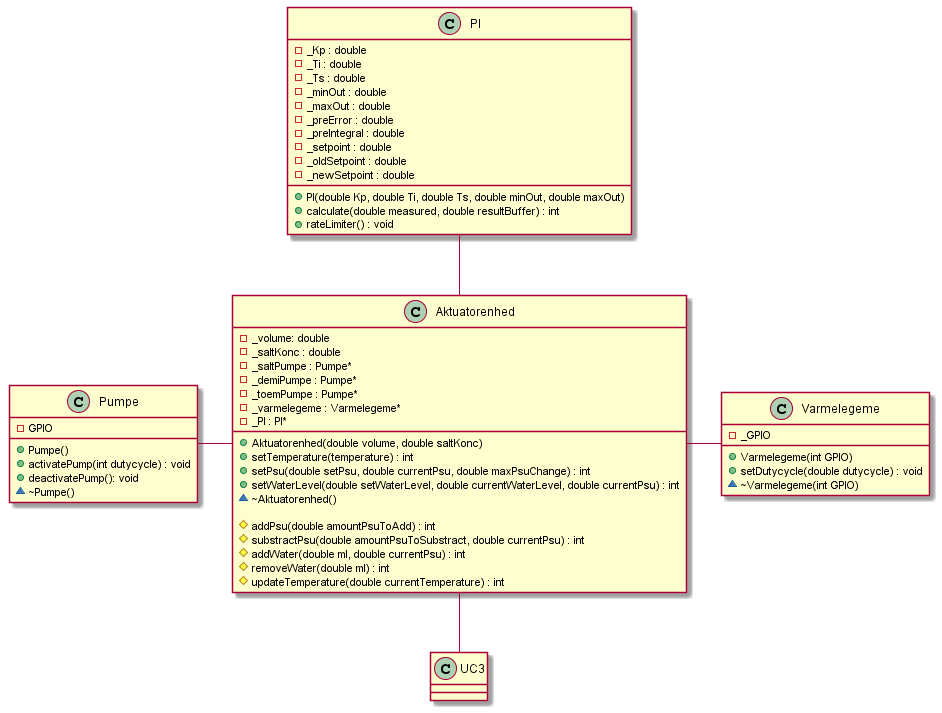
Before: Design/Akutuator enhed/Software/out/AE_klassediagram/AE_Klassediagram/AE_Klaseediagram.png, a diagram exported from PlantUML (Solvgraa-mager/E4PRJ4). Its diagram source:
```plantuml
@startuml AE_Klaseediagram
class "Aktuatorenhed" as a
{
    - _volume: double
    - _saltKonc : double
    - _saltPumpe : Pumpe*
    - _demiPumpe : Pumpe*
    - _toemPumpe : Pumpe*
    - _varmelegeme : Varmelegeme*
    - _PI : PI*

    + Aktuatorenhed(double volume, double saltKonc)
    + setTemperature(temperature) : int
    + setPsu(double setPsu, double currentPsu, double maxPsuChange) : int
    + setWaterLevel(double setWaterLevel, double currentWaterLevel, double currentPsu) : int
    ~ ~Aktuatorenhed()

    # addPsu(double amountPsuToAdd) : int
    # substractPsu(double amountPsuToSubstract, double currentPsu) : int
    # addWater(double ml, double currentPsu) : int
    # removeWater(double ml) : int
    # updateTemperature(double currentTemperature) : int
}
class "Varmelegeme" as v
{
    -_GPIO
    +Varmelegeme(int GPIO)
    +setDutycycle(double dutycycle) : void
    ~ ~Varmelegeme(int GPIO)



}
class "Pumpe" as p
{
    -GPIO

    +Pumpe()
    +activatePump(int dutycycle) : void
    +deactivatePump(): void
     ~ ~Pumpe()
}

class "PI" as pi
{
    -_Kp : double
    -_Ti : double
    -_Ts : double
    -_minOut : double
    -_maxOut : double
    -_preError : double
    -_preIntegral : double
    -_setpoint : double
    -_oldSetpoint : double
    -_newSetpoint : double

    + PI(double Kp, double Ti, double Ts, double minOut, double maxOut)
    + calculate(double measured, double resultBuffer) : int
    + rateLimiter() : void
}


class "UC3" as u

pi -- a
p - a
a - v
a -- u



@enduml
```
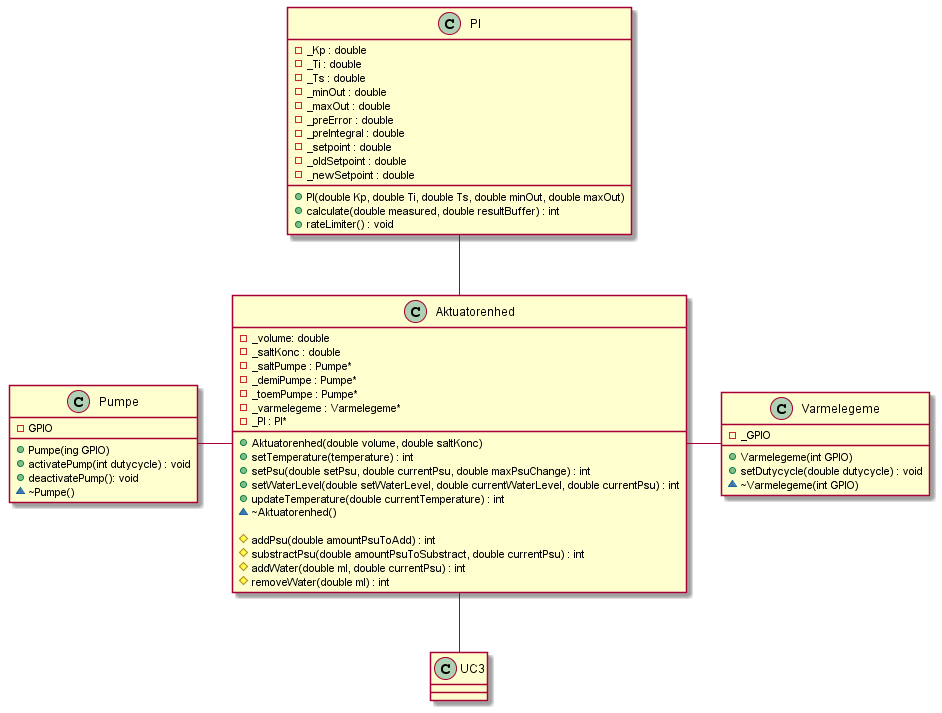
After the commit.

Diff of the diagram source:
```diff
@@ -13,29 +13,29 @@
     + setTemperature(temperature) : int
     + setPsu(double setPsu, double currentPsu, double maxPsuChange) : int
     + setWaterLevel(double setWaterLevel, double currentWaterLevel, double currentPsu) : int
+    + updateTemperature(double currentTemperature) : int
     ~ ~Aktuatorenhed()
 
     # addPsu(double amountPsuToAdd) : int
     # substractPsu(double amountPsuToSubstract, double currentPsu) : int
     # addWater(double ml, double currentPsu) : int
     # removeWater(double ml) : int
-    # updateTemperature(double currentTemperature) : int
 }
+
 class "Varmelegeme" as v
 {
     -_GPIO
+
     +Varmelegeme(int GPIO)
     +setDutycycle(double dutycycle) : void
     ~ ~Varmelegeme(int GPIO)
+}
 
-
-
-}
 class "Pumpe" as p
 {
     -GPIO
 
-    +Pumpe()
+    +Pumpe(ing GPIO)
     +activatePump(int dutycycle) : void
     +deactivatePump(): void
      ~ ~Pumpe()
```
